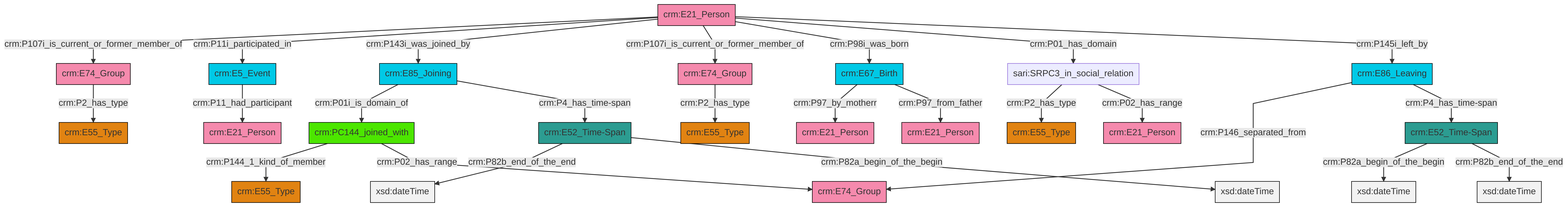
Earlier version of the Mermaid export et/personCSV/ttl/mmd/png/Person_Actor_Relations.png (swiss-art-research-net/reference-data-models). Its source is kept beside it as et/personCSV/ttl/mmd/Person_Actor_Relations.ttl.mmd.
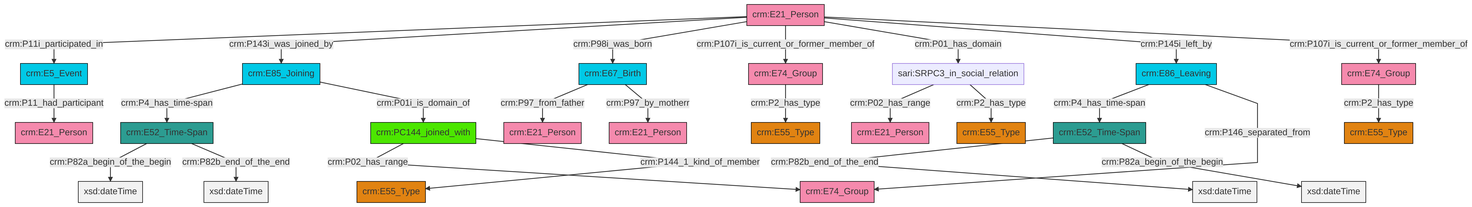
Later version of the same file.

What changed in the source:
```diff
@@ -13,27 +13,27 @@
 classDef PC_Classes fill:#4ce600, stroke:#000000;
 classDef Multi fill:#cccccc,stroke:#000000;
 
-4["crm:E21_Person"]:::Actor -->|crm:P107i_is_current_or_former_member_of| 5["crm:E74_Group"]:::Actor
-4["crm:E21_Person"]:::Actor -->|crm:P11i_participated_in| 8["crm:E5_Event"]:::Temporal_Entity
-4["crm:E21_Person"]:::Actor -->|crm:P143i_was_joined_by| 9["crm:E85_Joining"]:::Temporal_Entity
-4["crm:E21_Person"]:::Actor -->|crm:P107i_is_current_or_former_member_of| 10["crm:E74_Group"]:::Actor
-5["crm:E74_Group"]:::Actor -->|crm:P2_has_type| 0["crm:E55_Type"]:::Type
-6["crm:E86_Leaving"]:::Temporal_Entity -->|crm:P146_separated_from| 11["crm:E74_Group"]:::Actor
-4["crm:E21_Person"]:::Actor -->|crm:P98i_was_born| 12["crm:E67_Birth"]:::Temporal_Entity
-13["crm:E52_Time-Span"]:::Time-Span -->|crm:P82a_begin_of_the_begin| 14[xsd:dateTime]:::Literal
-12["crm:E67_Birth"]:::Temporal_Entity -->|crm:P97_by_motherr| 16["crm:E21_Person"]:::Actor
-6["crm:E86_Leaving"]:::Temporal_Entity -->|crm:P4_has_time-span| 13["crm:E52_Time-Span"]:::Time-Span
-10["crm:E74_Group"]:::Actor -->|crm:P2_has_type| 2["crm:E55_Type"]:::Type
-8["crm:E5_Event"]:::Temporal_Entity -->|crm:P11_had_participant| 17["crm:E21_Person"]:::Actor
-12["crm:E67_Birth"]:::Temporal_Entity -->|crm:P97_from_father| 19["crm:E21_Person"]:::Actor
-22["sari:SRPC3_in_social_relation"]:::Default -->|crm:P2_has_type| 25["crm:E55_Type"]:::Type
-9["crm:E85_Joining"]:::Temporal_Entity -->|crm:P01i_is_domain_of| 26["crm:PC144_joined_with"]:::PC_Classes
-26["crm:PC144_joined_with"]:::PC_Classes -->|crm:P144_1_kind_of_member| 28["crm:E55_Type"]:::Type
-4["crm:E21_Person"]:::Actor -->|crm:P01_has_domain| 22["sari:SRPC3_in_social_relation"]:::Default
-38["crm:E52_Time-Span"]:::Time-Span -->|crm:P82b_end_of_the_end| 39[xsd:dateTime]:::Literal
-22["sari:SRPC3_in_social_relation"]:::Default -->|crm:P02_has_range| 30["crm:E21_Person"]:::Actor
-9["crm:E85_Joining"]:::Temporal_Entity -->|crm:P4_has_time-span| 38["crm:E52_Time-Span"]:::Time-Span
-13["crm:E52_Time-Span"]:::Time-Span -->|crm:P82b_end_of_the_end| 42[xsd:dateTime]:::Literal
-4["crm:E21_Person"]:::Actor -->|crm:P145i_left_by| 6["crm:E86_Leaving"]:::Temporal_Entity
-26["crm:PC144_joined_with"]:::PC_Classes -->|crm:P02_has_range| 11["crm:E74_Group"]:::Actor
-38["crm:E52_Time-Span"]:::Time-Span -->|crm:P82a_begin_of_the_begin| 45[xsd:dateTime]:::Literal
+2["crm:E52_Time-Span"]:::Time-Span -->|crm:P82a_begin_of_the_begin| 3[xsd:dateTime]:::Literal
+8["crm:E21_Person"]:::Actor -->|crm:P11i_participated_in| 6["crm:E5_Event"]:::Temporal_Entity
+10["crm:E86_Leaving"]:::Temporal_Entity -->|crm:P4_has_time-span| 11["crm:E52_Time-Span"]:::Time-Span
+12["crm:E67_Birth"]:::Temporal_Entity -->|crm:P97_from_father| 4["crm:E21_Person"]:::Actor
+20["sari:SRPC3_in_social_relation"]:::Default -->|crm:P02_has_range| 21["crm:E21_Person"]:::Actor
+10["crm:E86_Leaving"]:::Temporal_Entity -->|crm:P146_separated_from| 0["crm:E74_Group"]:::Actor
+26["crm:E74_Group"]:::Actor -->|crm:P2_has_type| 16["crm:E55_Type"]:::Type
+20["sari:SRPC3_in_social_relation"]:::Default -->|crm:P2_has_type| 27["crm:E55_Type"]:::Type
+28["crm:PC144_joined_with"]:::PC_Classes -->|crm:P02_has_range| 0["crm:E74_Group"]:::Actor
+12["crm:E67_Birth"]:::Temporal_Entity -->|crm:P97_by_motherr| 31["crm:E21_Person"]:::Actor
+8["crm:E21_Person"]:::Actor -->|crm:P143i_was_joined_by| 22["crm:E85_Joining"]:::Temporal_Entity
+8["crm:E21_Person"]:::Actor -->|crm:P98i_was_born| 12["crm:E67_Birth"]:::Temporal_Entity
+8["crm:E21_Person"]:::Actor -->|crm:P107i_is_current_or_former_member_of| 18["crm:E74_Group"]:::Actor
+8["crm:E21_Person"]:::Actor -->|crm:P01_has_domain| 20["sari:SRPC3_in_social_relation"]:::Default
+18["crm:E74_Group"]:::Actor -->|crm:P2_has_type| 24["crm:E55_Type"]:::Type
+8["crm:E21_Person"]:::Actor -->|crm:P145i_left_by| 10["crm:E86_Leaving"]:::Temporal_Entity
+28["crm:PC144_joined_with"]:::PC_Classes -->|crm:P144_1_kind_of_member| 29["crm:E55_Type"]:::Type
+22["crm:E85_Joining"]:::Temporal_Entity -->|crm:P4_has_time-span| 2["crm:E52_Time-Span"]:::Time-Span
+8["crm:E21_Person"]:::Actor -->|crm:P107i_is_current_or_former_member_of| 26["crm:E74_Group"]:::Actor
+6["crm:E5_Event"]:::Temporal_Entity -->|crm:P11_had_participant| 14["crm:E21_Person"]:::Actor
+2["crm:E52_Time-Span"]:::Time-Span -->|crm:P82b_end_of_the_end| 43[xsd:dateTime]:::Literal
+11["crm:E52_Time-Span"]:::Time-Span -->|crm:P82b_end_of_the_end| 44[xsd:dateTime]:::Literal
+22["crm:E85_Joining"]:::Temporal_Entity -->|crm:P01i_is_domain_of| 28["crm:PC144_joined_with"]:::PC_Classes
+11["crm:E52_Time-Span"]:::Time-Span -->|crm:P82a_begin_of_the_begin| 46[xsd:dateTime]:::Literal
```
